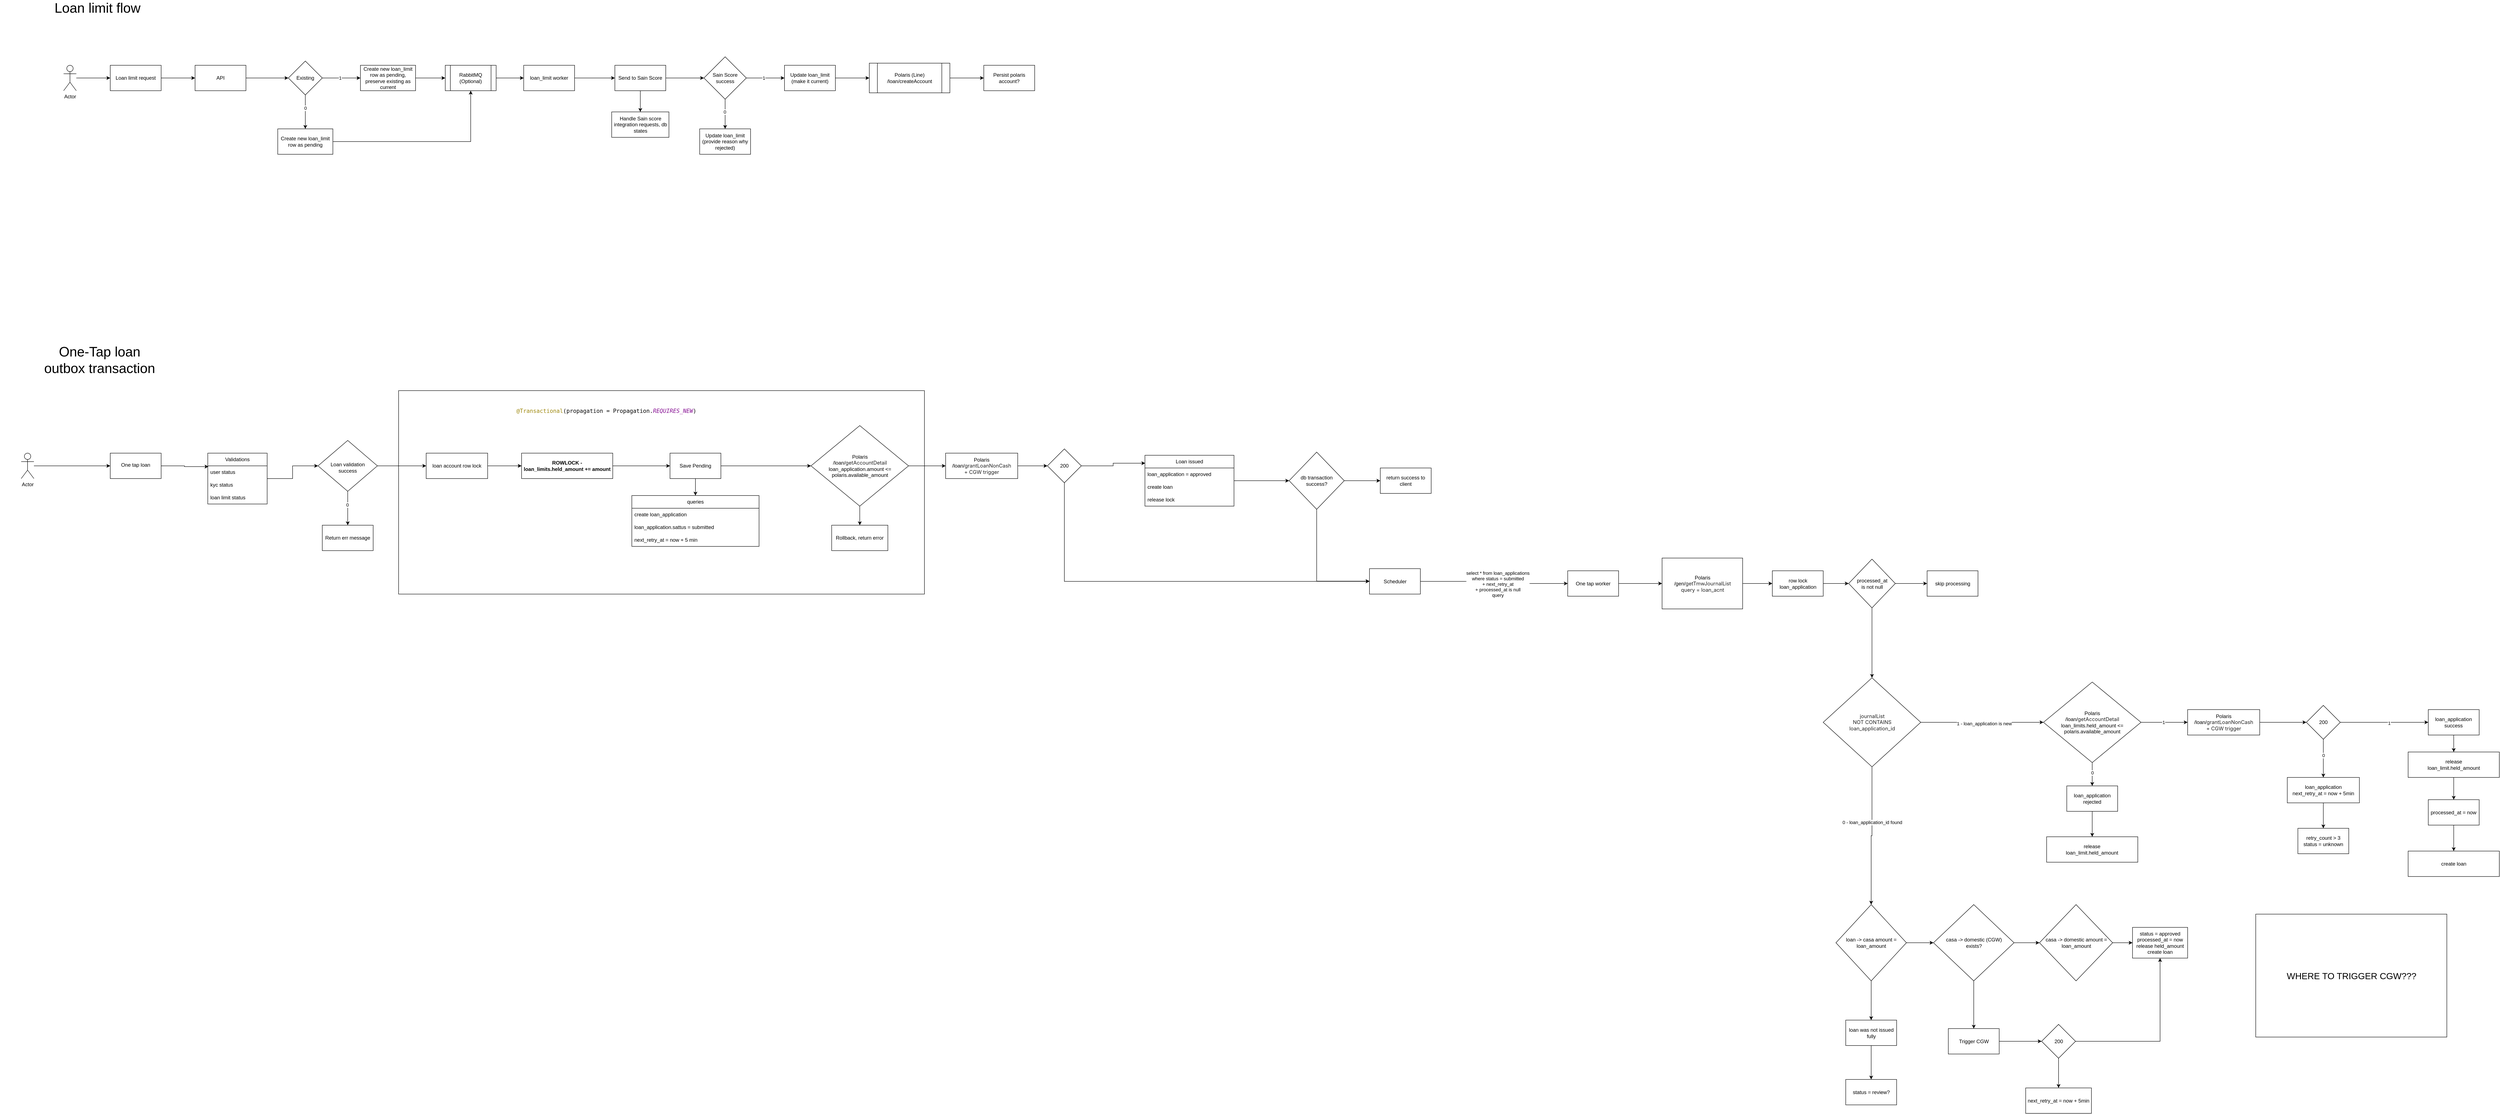
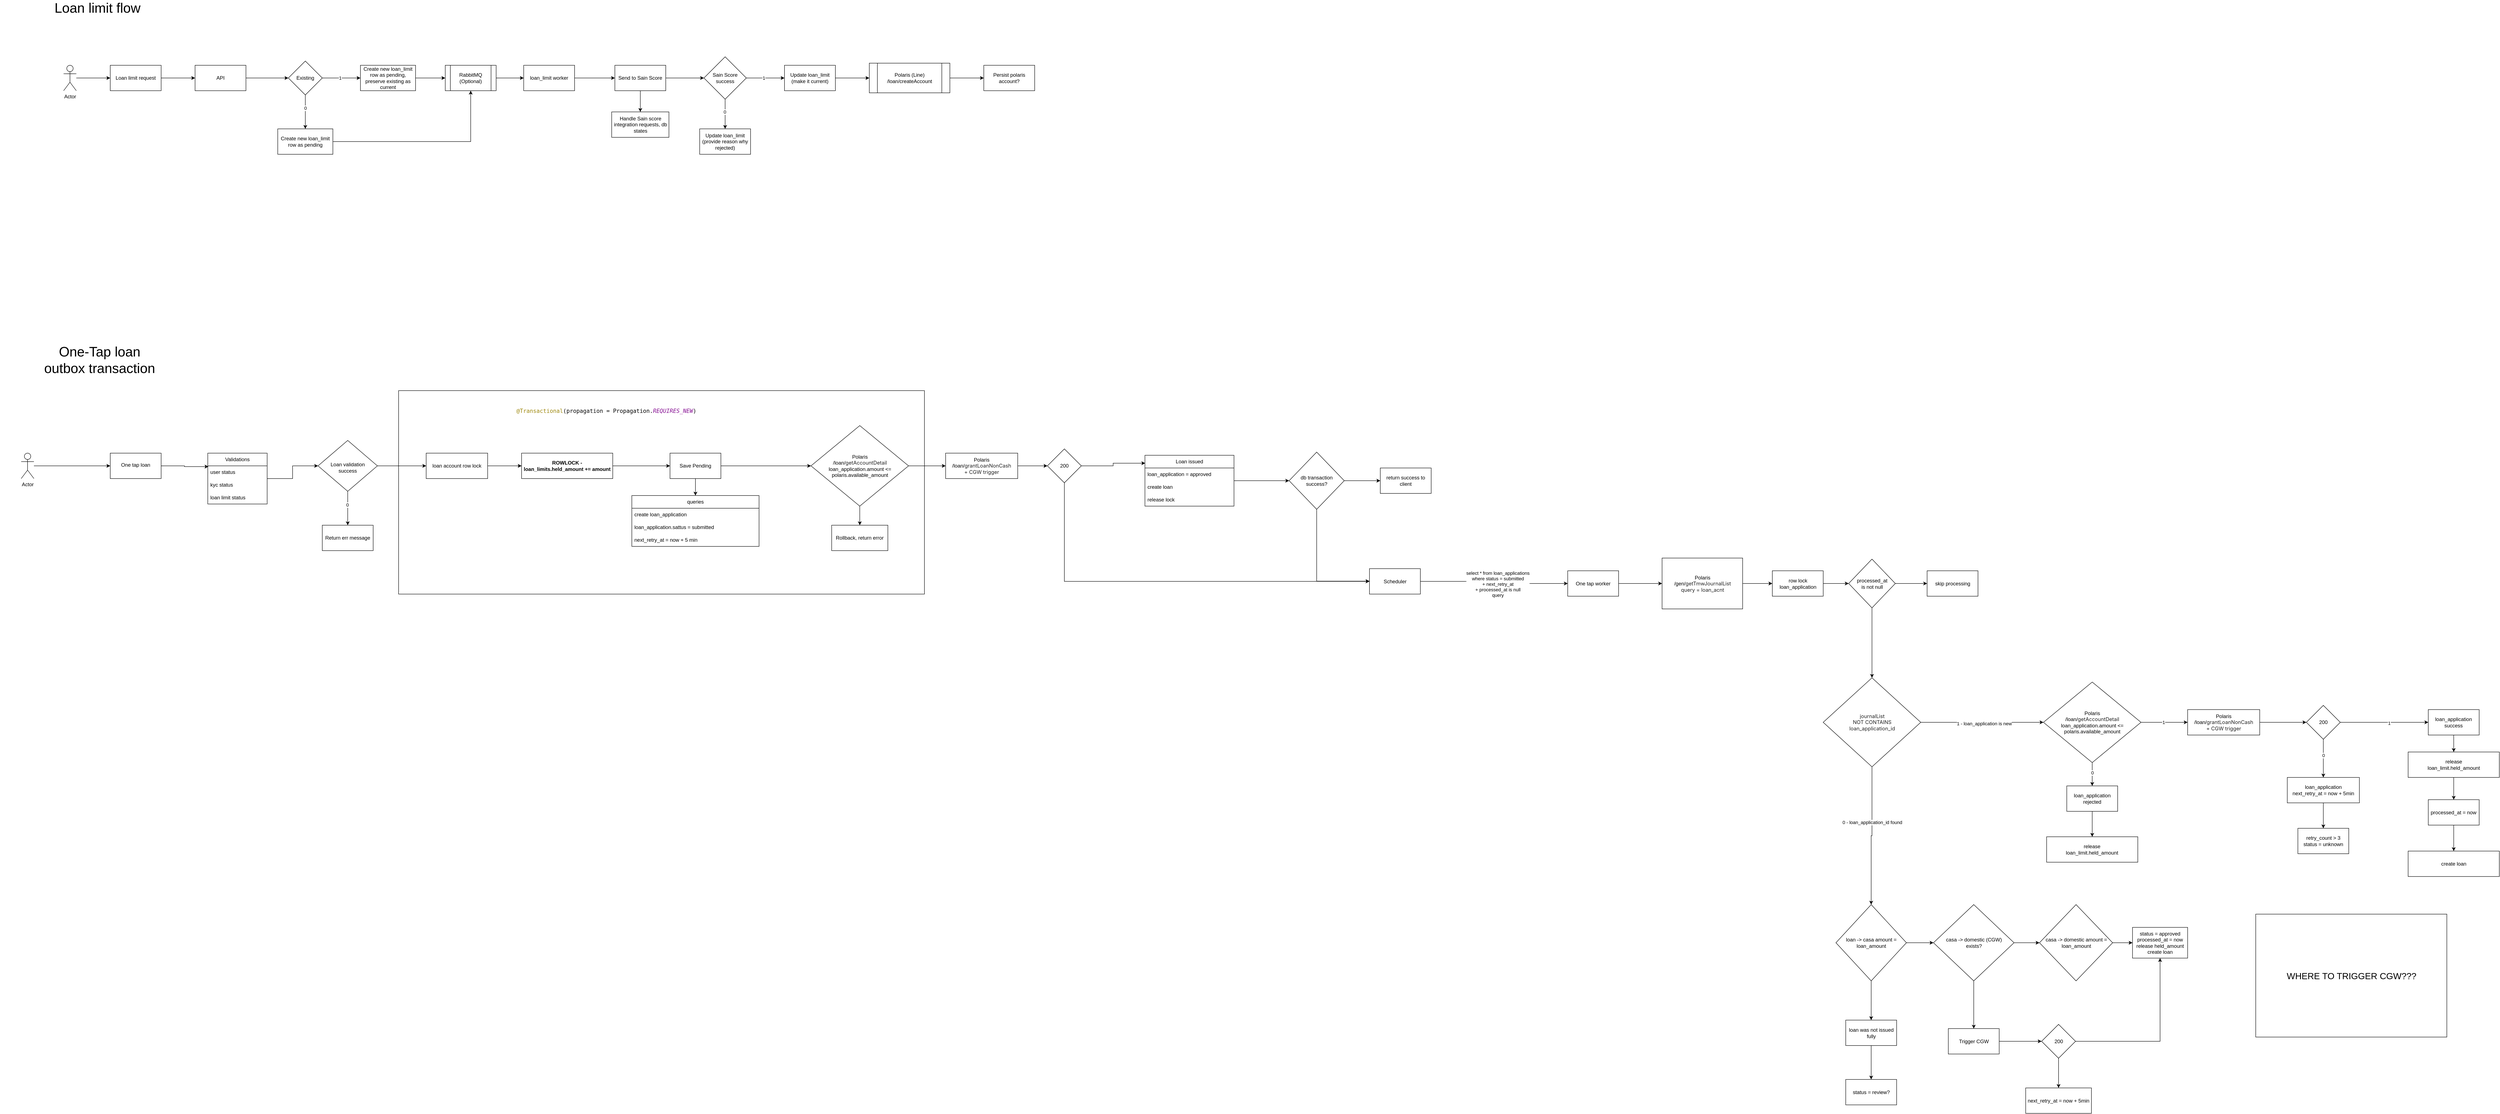
<mxfile host="app.diagrams.net">
  <diagram name="Page-1" id="VCBSuIh8bz7kurrQ0Zaz">
    <mxGraphModel dx="2425" dy="921" grid="1" gridSize="10" guides="1" tooltips="1" connect="1" arrows="1" fold="1" page="1" pageScale="1" pageWidth="850" pageHeight="1100" math="0" shadow="0">
      <root>
        <mxCell id="0" />
        <mxCell id="1" parent="0" />
        <mxCell id="In8fDh9ZLN2M87an2Miy-172" parent="1" style="rounded=0;whiteSpace=wrap;html=1;" value="" vertex="1">
          <mxGeometry height="480" width="1240" x="830" y="977.5" as="geometry" />
        </mxCell>
        <mxCell id="KqixbsF9o6dLofBvsG9t-5" edge="1" parent="1" source="KqixbsF9o6dLofBvsG9t-1" style="edgeStyle=orthogonalEdgeStyle;rounded=0;orthogonalLoop=1;jettySize=auto;html=1;" target="KqixbsF9o6dLofBvsG9t-4" value="">
          <mxGeometry relative="1" as="geometry" />
        </mxCell>
        <mxCell id="KqixbsF9o6dLofBvsG9t-1" parent="1" style="rounded=0;whiteSpace=wrap;html=1;" value="Loan limit request" vertex="1">
          <mxGeometry height="60" width="120" x="150" y="210" as="geometry" />
        </mxCell>
        <mxCell id="KqixbsF9o6dLofBvsG9t-3" edge="1" parent="1" source="KqixbsF9o6dLofBvsG9t-2" style="edgeStyle=orthogonalEdgeStyle;rounded=0;orthogonalLoop=1;jettySize=auto;html=1;" target="KqixbsF9o6dLofBvsG9t-1" value="">
          <mxGeometry relative="1" as="geometry" />
        </mxCell>
        <mxCell id="KqixbsF9o6dLofBvsG9t-2" parent="1" style="shape=umlActor;verticalLabelPosition=bottom;verticalAlign=top;html=1;outlineConnect=0;" value="Actor" vertex="1">
          <mxGeometry height="60" width="30" x="40" y="210" as="geometry" />
        </mxCell>
        <mxCell id="KqixbsF9o6dLofBvsG9t-9" edge="1" parent="1" source="KqixbsF9o6dLofBvsG9t-4" style="edgeStyle=orthogonalEdgeStyle;rounded=0;orthogonalLoop=1;jettySize=auto;html=1;" target="KqixbsF9o6dLofBvsG9t-8" value="">
          <mxGeometry relative="1" as="geometry" />
        </mxCell>
        <mxCell id="KqixbsF9o6dLofBvsG9t-4" parent="1" style="rounded=0;whiteSpace=wrap;html=1;" value="API" vertex="1">
          <mxGeometry height="60" width="120" x="350" y="210" as="geometry" />
        </mxCell>
        <mxCell id="KqixbsF9o6dLofBvsG9t-11" edge="1" parent="1" source="KqixbsF9o6dLofBvsG9t-8" style="edgeStyle=orthogonalEdgeStyle;rounded=0;orthogonalLoop=1;jettySize=auto;html=1;" target="KqixbsF9o6dLofBvsG9t-10" value="">
          <mxGeometry relative="1" as="geometry" />
        </mxCell>
        <mxCell id="KqixbsF9o6dLofBvsG9t-12" connectable="0" parent="KqixbsF9o6dLofBvsG9t-11" style="edgeLabel;html=1;align=center;verticalAlign=middle;resizable=0;points=[];" value="1" vertex="1">
          <mxGeometry relative="1" x="-0.079" as="geometry">
            <mxPoint as="offset" />
          </mxGeometry>
        </mxCell>
        <mxCell id="KqixbsF9o6dLofBvsG9t-14" edge="1" parent="1" source="KqixbsF9o6dLofBvsG9t-8" style="edgeStyle=orthogonalEdgeStyle;rounded=0;orthogonalLoop=1;jettySize=auto;html=1;" target="KqixbsF9o6dLofBvsG9t-13" value="">
          <mxGeometry relative="1" as="geometry" />
        </mxCell>
        <mxCell id="KqixbsF9o6dLofBvsG9t-15" connectable="0" parent="KqixbsF9o6dLofBvsG9t-14" style="edgeLabel;html=1;align=center;verticalAlign=middle;resizable=0;points=[];" value="0" vertex="1">
          <mxGeometry relative="1" x="-0.2407" as="geometry">
            <mxPoint as="offset" />
          </mxGeometry>
        </mxCell>
        <mxCell id="KqixbsF9o6dLofBvsG9t-8" parent="1" style="rhombus;whiteSpace=wrap;html=1;rounded=0;" value="Existing" vertex="1">
          <mxGeometry height="80" width="80" x="570" y="200" as="geometry" />
        </mxCell>
        <mxCell id="KqixbsF9o6dLofBvsG9t-23" edge="1" parent="1" source="KqixbsF9o6dLofBvsG9t-10" style="edgeStyle=orthogonalEdgeStyle;rounded=0;orthogonalLoop=1;jettySize=auto;html=1;" target="KqixbsF9o6dLofBvsG9t-22" value="">
          <mxGeometry relative="1" as="geometry" />
        </mxCell>
        <mxCell id="KqixbsF9o6dLofBvsG9t-10" parent="1" style="whiteSpace=wrap;html=1;rounded=0;" value="Create new loan_limit row as pending, preserve existing as current" vertex="1">
          <mxGeometry height="60" width="130" x="740" y="210" as="geometry" />
        </mxCell>
        <mxCell id="KqixbsF9o6dLofBvsG9t-26" edge="1" parent="1" source="KqixbsF9o6dLofBvsG9t-13" style="edgeStyle=orthogonalEdgeStyle;rounded=0;orthogonalLoop=1;jettySize=auto;html=1;entryX=0.5;entryY=1;entryDx=0;entryDy=0;" target="KqixbsF9o6dLofBvsG9t-22">
          <mxGeometry relative="1" as="geometry" />
        </mxCell>
        <mxCell id="KqixbsF9o6dLofBvsG9t-13" parent="1" style="whiteSpace=wrap;html=1;rounded=0;" value="Create new loan_limit row as pending" vertex="1">
          <mxGeometry height="60" width="130" x="545" y="360" as="geometry" />
        </mxCell>
        <mxCell id="KqixbsF9o6dLofBvsG9t-25" edge="1" parent="1" source="KqixbsF9o6dLofBvsG9t-22" style="edgeStyle=orthogonalEdgeStyle;rounded=0;orthogonalLoop=1;jettySize=auto;html=1;" target="KqixbsF9o6dLofBvsG9t-24" value="">
          <mxGeometry relative="1" as="geometry" />
        </mxCell>
        <mxCell id="KqixbsF9o6dLofBvsG9t-22" parent="1" style="shape=process;whiteSpace=wrap;html=1;backgroundOutline=1;rounded=0;" value="RabbitMQ (Optional)" vertex="1">
          <mxGeometry height="60" width="120" x="940" y="210" as="geometry" />
        </mxCell>
        <mxCell id="KqixbsF9o6dLofBvsG9t-28" edge="1" parent="1" source="KqixbsF9o6dLofBvsG9t-24" style="edgeStyle=orthogonalEdgeStyle;rounded=0;orthogonalLoop=1;jettySize=auto;html=1;" target="KqixbsF9o6dLofBvsG9t-27" value="">
          <mxGeometry relative="1" as="geometry" />
        </mxCell>
        <mxCell id="KqixbsF9o6dLofBvsG9t-24" parent="1" style="whiteSpace=wrap;html=1;rounded=0;" value="loan_limit worker" vertex="1">
          <mxGeometry height="60" width="120" x="1125" y="210" as="geometry" />
        </mxCell>
        <mxCell id="KqixbsF9o6dLofBvsG9t-30" edge="1" parent="1" source="KqixbsF9o6dLofBvsG9t-27" style="edgeStyle=orthogonalEdgeStyle;rounded=0;orthogonalLoop=1;jettySize=auto;html=1;" target="KqixbsF9o6dLofBvsG9t-29" value="">
          <mxGeometry relative="1" as="geometry" />
        </mxCell>
        <mxCell id="KqixbsF9o6dLofBvsG9t-38" edge="1" parent="1" source="KqixbsF9o6dLofBvsG9t-27" style="edgeStyle=orthogonalEdgeStyle;rounded=0;orthogonalLoop=1;jettySize=auto;html=1;" target="KqixbsF9o6dLofBvsG9t-37" value="">
          <mxGeometry relative="1" as="geometry" />
        </mxCell>
        <mxCell id="KqixbsF9o6dLofBvsG9t-27" parent="1" style="whiteSpace=wrap;html=1;rounded=0;" value="Send to Sain Score" vertex="1">
          <mxGeometry height="60" width="120" x="1340" y="210" as="geometry" />
        </mxCell>
        <mxCell id="KqixbsF9o6dLofBvsG9t-32" edge="1" parent="1" source="KqixbsF9o6dLofBvsG9t-29" style="edgeStyle=orthogonalEdgeStyle;rounded=0;orthogonalLoop=1;jettySize=auto;html=1;" target="KqixbsF9o6dLofBvsG9t-31" value="">
          <mxGeometry relative="1" as="geometry" />
        </mxCell>
        <mxCell id="KqixbsF9o6dLofBvsG9t-33" connectable="0" parent="KqixbsF9o6dLofBvsG9t-32" style="edgeLabel;html=1;align=center;verticalAlign=middle;resizable=0;points=[];" value="1" vertex="1">
          <mxGeometry relative="1" x="-0.1048" as="geometry">
            <mxPoint as="offset" />
          </mxGeometry>
        </mxCell>
        <mxCell id="KqixbsF9o6dLofBvsG9t-35" edge="1" parent="1" source="KqixbsF9o6dLofBvsG9t-29" style="edgeStyle=orthogonalEdgeStyle;rounded=0;orthogonalLoop=1;jettySize=auto;html=1;" target="KqixbsF9o6dLofBvsG9t-34" value="">
          <mxGeometry relative="1" as="geometry" />
        </mxCell>
        <mxCell id="KqixbsF9o6dLofBvsG9t-36" connectable="0" parent="KqixbsF9o6dLofBvsG9t-35" style="edgeLabel;html=1;align=center;verticalAlign=middle;resizable=0;points=[];" value="0" vertex="1">
          <mxGeometry relative="1" x="-0.1429" y="-1" as="geometry">
            <mxPoint as="offset" />
          </mxGeometry>
        </mxCell>
        <mxCell id="KqixbsF9o6dLofBvsG9t-29" parent="1" style="rhombus;whiteSpace=wrap;html=1;rounded=0;" value="Sain Score success" vertex="1">
          <mxGeometry height="100" width="100" x="1550" y="190" as="geometry" />
        </mxCell>
        <mxCell id="KqixbsF9o6dLofBvsG9t-66" edge="1" parent="1" source="KqixbsF9o6dLofBvsG9t-31" style="edgeStyle=orthogonalEdgeStyle;rounded=0;orthogonalLoop=1;jettySize=auto;html=1;" target="KqixbsF9o6dLofBvsG9t-65" value="">
          <mxGeometry relative="1" as="geometry" />
        </mxCell>
        <mxCell id="KqixbsF9o6dLofBvsG9t-31" parent="1" style="whiteSpace=wrap;html=1;rounded=0;" value="Update loan_limit (make it current)" vertex="1">
          <mxGeometry height="60" width="120" x="1740" y="210" as="geometry" />
        </mxCell>
        <mxCell id="KqixbsF9o6dLofBvsG9t-34" parent="1" style="whiteSpace=wrap;html=1;rounded=0;" value="Update loan_limit&lt;br&gt;(provide reason why rejected)" vertex="1">
          <mxGeometry height="60" width="120" x="1540" y="360" as="geometry" />
        </mxCell>
        <mxCell id="KqixbsF9o6dLofBvsG9t-37" parent="1" style="whiteSpace=wrap;html=1;rounded=0;" value="Handle Sain score integration requests, db states" vertex="1">
          <mxGeometry height="60" width="135" x="1332.5" y="320" as="geometry" />
        </mxCell>
        <mxCell id="KqixbsF9o6dLofBvsG9t-40" parent="1" style="text;html=1;whiteSpace=wrap;strokeColor=none;fillColor=none;align=center;verticalAlign=middle;rounded=0;fontSize=32;" value="Loan limit flow" vertex="1">
          <mxGeometry height="30" width="260" x="-10" y="60" as="geometry" />
        </mxCell>
        <mxCell id="KqixbsF9o6dLofBvsG9t-74" edge="1" parent="1" source="KqixbsF9o6dLofBvsG9t-65" style="edgeStyle=orthogonalEdgeStyle;rounded=0;orthogonalLoop=1;jettySize=auto;html=1;" target="KqixbsF9o6dLofBvsG9t-73" value="">
          <mxGeometry relative="1" as="geometry" />
        </mxCell>
        <mxCell id="KqixbsF9o6dLofBvsG9t-65" parent="1" style="shape=process;whiteSpace=wrap;html=1;backgroundOutline=1;rounded=0;" value="Polaris (Line)&lt;br&gt;/loan/createAccount" vertex="1">
          <mxGeometry height="70" width="190" x="1940" y="205" as="geometry" />
        </mxCell>
        <mxCell id="KqixbsF9o6dLofBvsG9t-73" parent="1" style="whiteSpace=wrap;html=1;rounded=0;" value="Persist polaris account?" vertex="1">
          <mxGeometry height="60" width="120" x="2210" y="210" as="geometry" />
        </mxCell>
        <mxCell id="U8Ajh8Gpa-m2DNKNFQys-1" parent="1" style="text;html=1;whiteSpace=wrap;strokeColor=none;fillColor=none;align=center;verticalAlign=middle;rounded=0;fontSize=32;" value="One-Tap loan&lt;br&gt;outbox transaction" vertex="1">
          <mxGeometry height="30" width="470" x="-110" y="890" as="geometry" />
        </mxCell>
        <mxCell id="In8fDh9ZLN2M87an2Miy-1" edge="1" parent="1" source="In8fDh9ZLN2M87an2Miy-2" style="edgeStyle=orthogonalEdgeStyle;rounded=0;orthogonalLoop=1;jettySize=auto;html=1;" target="In8fDh9ZLN2M87an2Miy-4" value="">
          <mxGeometry relative="1" as="geometry" />
        </mxCell>
        <mxCell id="In8fDh9ZLN2M87an2Miy-2" parent="1" style="shape=umlActor;verticalLabelPosition=bottom;verticalAlign=top;html=1;outlineConnect=0;" value="Actor" vertex="1">
          <mxGeometry height="60" width="30" x="-60" y="1125" as="geometry" />
        </mxCell>
        <mxCell id="In8fDh9ZLN2M87an2Miy-3" edge="1" parent="1" source="In8fDh9ZLN2M87an2Miy-4" style="edgeStyle=orthogonalEdgeStyle;rounded=0;orthogonalLoop=1;jettySize=auto;html=1;entryX=0.011;entryY=0.06;entryDx=0;entryDy=0;entryPerimeter=0;" target="In8fDh9ZLN2M87an2Miy-28" value="">
          <mxGeometry relative="1" as="geometry">
            <mxPoint x="360" y="1155" as="targetPoint" />
          </mxGeometry>
        </mxCell>
        <mxCell id="In8fDh9ZLN2M87an2Miy-4" parent="1" style="whiteSpace=wrap;html=1;verticalAlign=top;" value="&lt;div&gt;&lt;br&gt;&lt;/div&gt;&lt;div&gt;One tap loan&lt;/div&gt;" vertex="1">
          <mxGeometry height="60" width="120" x="150" y="1125" as="geometry" />
        </mxCell>
        <mxCell id="In8fDh9ZLN2M87an2Miy-7" edge="1" parent="1" source="In8fDh9ZLN2M87an2Miy-9" style="edgeStyle=orthogonalEdgeStyle;rounded=0;orthogonalLoop=1;jettySize=auto;html=1;" target="In8fDh9ZLN2M87an2Miy-13" value="">
          <mxGeometry relative="1" as="geometry" />
        </mxCell>
        <mxCell id="In8fDh9ZLN2M87an2Miy-8" connectable="0" parent="In8fDh9ZLN2M87an2Miy-7" style="edgeLabel;html=1;align=center;verticalAlign=middle;resizable=0;points=[];" value="0" vertex="1">
          <mxGeometry relative="1" x="-0.2091" y="-1" as="geometry">
            <mxPoint as="offset" />
          </mxGeometry>
        </mxCell>
        <mxCell id="In8fDh9ZLN2M87an2Miy-163" edge="1" parent="1" source="In8fDh9ZLN2M87an2Miy-9" style="edgeStyle=orthogonalEdgeStyle;rounded=0;orthogonalLoop=1;jettySize=auto;html=1;entryX=0;entryY=0.5;entryDx=0;entryDy=0;" target="In8fDh9ZLN2M87an2Miy-161">
          <mxGeometry relative="1" as="geometry" />
        </mxCell>
        <mxCell id="In8fDh9ZLN2M87an2Miy-9" parent="1" style="rhombus;whiteSpace=wrap;html=1;verticalAlign=top;" value="&lt;br&gt;&lt;br&gt;&lt;div&gt;&lt;br&gt;&lt;/div&gt;&lt;div&gt;Loan validation&lt;br&gt;success&lt;/div&gt;" vertex="1">
          <mxGeometry height="120" width="140" x="640" y="1095" as="geometry" />
        </mxCell>
        <mxCell id="In8fDh9ZLN2M87an2Miy-10" edge="1" parent="1" source="In8fDh9ZLN2M87an2Miy-12" style="edgeStyle=orthogonalEdgeStyle;rounded=0;orthogonalLoop=1;jettySize=auto;html=1;entryX=0.5;entryY=0;entryDx=0;entryDy=0;" target="In8fDh9ZLN2M87an2Miy-14">
          <mxGeometry relative="1" as="geometry" />
        </mxCell>
        <mxCell id="In8fDh9ZLN2M87an2Miy-54" edge="1" parent="1" source="In8fDh9ZLN2M87an2Miy-105" style="edgeStyle=orthogonalEdgeStyle;rounded=0;orthogonalLoop=1;jettySize=auto;html=1;exitX=1;exitY=0.5;exitDx=0;exitDy=0;" target="In8fDh9ZLN2M87an2Miy-53" value="">
          <mxGeometry relative="1" as="geometry">
            <mxPoint x="3329.5" y="1432.5" as="sourcePoint" />
          </mxGeometry>
        </mxCell>
        <mxCell id="In8fDh9ZLN2M87an2Miy-55" connectable="0" parent="In8fDh9ZLN2M87an2Miy-54" style="edgeLabel;html=1;align=center;verticalAlign=middle;resizable=0;points=[];" value="select * from loan_applications&lt;br&gt;where status = submitted&lt;br&gt;+ next_retry_at&lt;br&gt;+ processed_at is null&lt;br&gt;query" vertex="1">
          <mxGeometry relative="1" x="0.0637" y="-1" as="geometry">
            <mxPoint as="offset" />
          </mxGeometry>
        </mxCell>
        <mxCell id="In8fDh9ZLN2M87an2Miy-173" edge="1" parent="1" source="In8fDh9ZLN2M87an2Miy-12" style="edgeStyle=orthogonalEdgeStyle;rounded=0;orthogonalLoop=1;jettySize=auto;html=1;entryX=0;entryY=0.5;entryDx=0;entryDy=0;" target="In8fDh9ZLN2M87an2Miy-152">
          <mxGeometry relative="1" as="geometry" />
        </mxCell>
        <mxCell id="In8fDh9ZLN2M87an2Miy-12" parent="1" style="whiteSpace=wrap;html=1;verticalAlign=middle;" value="Save Pending" vertex="1">
          <mxGeometry height="60" width="120" x="1470" y="1125" as="geometry" />
        </mxCell>
        <mxCell id="In8fDh9ZLN2M87an2Miy-13" parent="1" style="whiteSpace=wrap;html=1;verticalAlign=middle;" value="Return err message" vertex="1">
          <mxGeometry height="60" width="120" x="650" y="1295" as="geometry" />
        </mxCell>
        <mxCell id="In8fDh9ZLN2M87an2Miy-14" parent="1" style="swimlane;fontStyle=0;childLayout=stackLayout;horizontal=1;startSize=30;horizontalStack=0;resizeParent=1;resizeParentMax=0;resizeLast=0;collapsible=1;marginBottom=0;whiteSpace=wrap;html=1;" value="queries" vertex="1">
          <mxGeometry height="120" width="300" x="1380" y="1225" as="geometry" />
        </mxCell>
        <mxCell id="In8fDh9ZLN2M87an2Miy-15" parent="In8fDh9ZLN2M87an2Miy-14" style="text;strokeColor=none;fillColor=none;align=left;verticalAlign=middle;spacingLeft=4;spacingRight=4;overflow=hidden;points=[[0,0.5],[1,0.5]];portConstraint=eastwest;rotatable=0;whiteSpace=wrap;html=1;" value="create loan_application" vertex="1">
          <mxGeometry height="30" width="300" y="30" as="geometry" />
        </mxCell>
        <mxCell id="In8fDh9ZLN2M87an2Miy-104" parent="In8fDh9ZLN2M87an2Miy-14" style="text;strokeColor=none;fillColor=none;align=left;verticalAlign=middle;spacingLeft=4;spacingRight=4;overflow=hidden;points=[[0,0.5],[1,0.5]];portConstraint=eastwest;rotatable=0;whiteSpace=wrap;html=1;" value="loan_application.sattus = submitted" vertex="1">
          <mxGeometry height="30" width="300" y="60" as="geometry" />
        </mxCell>
        <mxCell id="In8fDh9ZLN2M87an2Miy-17" parent="In8fDh9ZLN2M87an2Miy-14" style="text;strokeColor=none;fillColor=none;align=left;verticalAlign=middle;spacingLeft=4;spacingRight=4;overflow=hidden;points=[[0,0.5],[1,0.5]];portConstraint=eastwest;rotatable=0;whiteSpace=wrap;html=1;" value="next_retry_at = now + 5 min" vertex="1">
          <mxGeometry height="30" width="300" y="90" as="geometry" />
        </mxCell>
        <mxCell id="In8fDh9ZLN2M87an2Miy-32" edge="1" parent="1" source="In8fDh9ZLN2M87an2Miy-27" style="edgeStyle=orthogonalEdgeStyle;rounded=0;orthogonalLoop=1;jettySize=auto;html=1;entryX=0;entryY=0.5;entryDx=0;entryDy=0;" target="In8fDh9ZLN2M87an2Miy-9">
          <mxGeometry relative="1" as="geometry" />
        </mxCell>
        <mxCell id="In8fDh9ZLN2M87an2Miy-27" parent="1" style="swimlane;fontStyle=0;childLayout=stackLayout;horizontal=1;startSize=30;horizontalStack=0;resizeParent=1;resizeParentMax=0;resizeLast=0;collapsible=1;marginBottom=0;whiteSpace=wrap;html=1;" value="Validations" vertex="1">
          <mxGeometry height="120" width="140" x="380" y="1125" as="geometry" />
        </mxCell>
        <mxCell id="In8fDh9ZLN2M87an2Miy-28" parent="In8fDh9ZLN2M87an2Miy-27" style="text;strokeColor=none;fillColor=none;align=left;verticalAlign=middle;spacingLeft=4;spacingRight=4;overflow=hidden;points=[[0,0.5],[1,0.5]];portConstraint=eastwest;rotatable=0;whiteSpace=wrap;html=1;" value="user status" vertex="1">
          <mxGeometry height="30" width="140" y="30" as="geometry" />
        </mxCell>
        <mxCell id="In8fDh9ZLN2M87an2Miy-29" parent="In8fDh9ZLN2M87an2Miy-27" style="text;strokeColor=none;fillColor=none;align=left;verticalAlign=middle;spacingLeft=4;spacingRight=4;overflow=hidden;points=[[0,0.5],[1,0.5]];portConstraint=eastwest;rotatable=0;whiteSpace=wrap;html=1;" value="kyc status" vertex="1">
          <mxGeometry height="30" width="140" y="60" as="geometry" />
        </mxCell>
        <mxCell id="In8fDh9ZLN2M87an2Miy-33" parent="In8fDh9ZLN2M87an2Miy-27" style="text;strokeColor=none;fillColor=none;align=left;verticalAlign=middle;spacingLeft=4;spacingRight=4;overflow=hidden;points=[[0,0.5],[1,0.5]];portConstraint=eastwest;rotatable=0;whiteSpace=wrap;html=1;" value="loan limit status" vertex="1">
          <mxGeometry height="30" width="140" y="90" as="geometry" />
        </mxCell>
        <mxCell id="In8fDh9ZLN2M87an2Miy-116" edge="1" parent="1" source="In8fDh9ZLN2M87an2Miy-53" style="edgeStyle=orthogonalEdgeStyle;rounded=0;orthogonalLoop=1;jettySize=auto;html=1;entryX=0;entryY=0.5;entryDx=0;entryDy=0;" target="In8fDh9ZLN2M87an2Miy-68">
          <mxGeometry relative="1" as="geometry" />
        </mxCell>
        <mxCell id="In8fDh9ZLN2M87an2Miy-53" parent="1" style="whiteSpace=wrap;html=1;" value="One tap worker" vertex="1">
          <mxGeometry height="60" width="120" x="3587" y="1402.5" as="geometry" />
        </mxCell>
        <mxCell id="In8fDh9ZLN2M87an2Miy-67" edge="1" parent="1" source="In8fDh9ZLN2M87an2Miy-58" style="edgeStyle=orthogonalEdgeStyle;rounded=0;orthogonalLoop=1;jettySize=auto;html=1;entryX=0;entryY=0.5;entryDx=0;entryDy=0;" target="In8fDh9ZLN2M87an2Miy-66" value="">
          <mxGeometry relative="1" as="geometry">
            <mxPoint x="5343.87" y="1760" as="targetPoint" />
          </mxGeometry>
        </mxCell>
        <mxCell id="In8fDh9ZLN2M87an2Miy-58" parent="1" style="whiteSpace=wrap;html=1;" value="Polaris /loan/&lt;span style=&quot;color: rgb(33, 33, 33); font-family: Inter, system-ui, -apple-system, &amp;quot;system-ui&amp;quot;, &amp;quot;Segoe UI&amp;quot;, Roboto, Oxygen, Ubuntu, Cantarell, &amp;quot;Fira Sans&amp;quot;, &amp;quot;Droid Sans&amp;quot;, Helvetica, Arial, sans-serif; text-align: left; white-space: pre-wrap; background-color: rgb(255, 255, 255);&quot;&gt;grantLoanNonCash&lt;br/&gt;+ CGW trigger&lt;/span&gt;" vertex="1">
          <mxGeometry height="60" width="170" x="5048.87" y="1730" as="geometry" />
        </mxCell>
        <mxCell id="In8fDh9ZLN2M87an2Miy-62" edge="1" parent="1" source="In8fDh9ZLN2M87an2Miy-59" style="edgeStyle=orthogonalEdgeStyle;rounded=0;orthogonalLoop=1;jettySize=auto;html=1;" target="In8fDh9ZLN2M87an2Miy-61" value="">
          <mxGeometry relative="1" as="geometry" />
        </mxCell>
        <mxCell id="In8fDh9ZLN2M87an2Miy-91" connectable="0" parent="In8fDh9ZLN2M87an2Miy-62" style="edgeLabel;html=1;align=center;verticalAlign=middle;resizable=0;points=[];" value="0" vertex="1">
          <mxGeometry relative="1" x="-0.1431" as="geometry">
            <mxPoint as="offset" />
          </mxGeometry>
        </mxCell>
        <mxCell id="In8fDh9ZLN2M87an2Miy-65" edge="1" parent="1" source="In8fDh9ZLN2M87an2Miy-59" style="edgeStyle=orthogonalEdgeStyle;rounded=0;orthogonalLoop=1;jettySize=auto;html=1;" target="In8fDh9ZLN2M87an2Miy-58">
          <mxGeometry relative="1" as="geometry" />
        </mxCell>
        <mxCell id="In8fDh9ZLN2M87an2Miy-90" connectable="0" parent="In8fDh9ZLN2M87an2Miy-65" style="edgeLabel;html=1;align=center;verticalAlign=middle;resizable=0;points=[];" value="1" vertex="1">
          <mxGeometry relative="1" x="-0.0451" as="geometry">
            <mxPoint as="offset" />
          </mxGeometry>
        </mxCell>
-         <mxCell id="In8fDh9ZLN2M87an2Miy-59" parent="1" style="rhombus;whiteSpace=wrap;html=1;" value="Polaris&lt;br&gt;/loan/&lt;span style=&quot;color: rgb(33, 33, 33); font-family: Inter, system-ui, -apple-system, &amp;quot;system-ui&amp;quot;, &amp;quot;Segoe UI&amp;quot;, Roboto, Oxygen, Ubuntu, Cantarell, &amp;quot;Fira Sans&amp;quot;, &amp;quot;Droid Sans&amp;quot;, Helvetica, Arial, sans-serif; text-align: left; white-space: pre-wrap; background-color: rgb(255, 255, 255);&quot;&gt;getAccountDetail&lt;/span&gt;&lt;br&gt;loan_limits.held_amount &amp;lt;= polaris.available_amount" vertex="1">
+         <mxCell id="In8fDh9ZLN2M87an2Miy-59" parent="1" style="rhombus;whiteSpace=wrap;html=1;" value="Polaris&lt;br&gt;/loan/&lt;span style=&quot;color: rgb(33, 33, 33); font-family: Inter, system-ui, -apple-system, &amp;quot;system-ui&amp;quot;, &amp;quot;Segoe UI&amp;quot;, Roboto, Oxygen, Ubuntu, Cantarell, &amp;quot;Fira Sans&amp;quot;, &amp;quot;Droid Sans&amp;quot;, Helvetica, Arial, sans-serif; text-align: left; white-space: pre-wrap; background-color: rgb(255, 255, 255);&quot;&gt;getAccountDetail&lt;/span&gt;&lt;br&gt;loan_application.amount &amp;lt;= polaris.available_amount" vertex="1">
          <mxGeometry height="190" width="230" x="4708.87" y="1665" as="geometry" />
        </mxCell>
        <mxCell id="In8fDh9ZLN2M87an2Miy-64" edge="1" parent="1" source="In8fDh9ZLN2M87an2Miy-61" style="edgeStyle=orthogonalEdgeStyle;rounded=0;orthogonalLoop=1;jettySize=auto;html=1;" target="In8fDh9ZLN2M87an2Miy-63" value="">
          <mxGeometry relative="1" as="geometry" />
        </mxCell>
        <mxCell id="In8fDh9ZLN2M87an2Miy-61" parent="1" style="whiteSpace=wrap;html=1;" value="loan_application&lt;br&gt;rejected" vertex="1">
          <mxGeometry height="60" width="120" x="4763.87" y="1910" as="geometry" />
        </mxCell>
        <mxCell id="In8fDh9ZLN2M87an2Miy-63" parent="1" style="whiteSpace=wrap;html=1;" value="release &lt;br&gt;loan_limit.held_amount" vertex="1">
          <mxGeometry height="60" width="215" x="4716.37" y="2030" as="geometry" />
        </mxCell>
        <mxCell id="In8fDh9ZLN2M87an2Miy-81" edge="1" parent="1" source="In8fDh9ZLN2M87an2Miy-66" style="edgeStyle=orthogonalEdgeStyle;rounded=0;orthogonalLoop=1;jettySize=auto;html=1;entryX=0;entryY=0.5;entryDx=0;entryDy=0;" target="In8fDh9ZLN2M87an2Miy-79">
          <mxGeometry relative="1" as="geometry" />
        </mxCell>
        <mxCell id="In8fDh9ZLN2M87an2Miy-92" connectable="0" parent="In8fDh9ZLN2M87an2Miy-81" style="edgeLabel;html=1;align=center;verticalAlign=middle;resizable=0;points=[];" value="1" vertex="1">
          <mxGeometry relative="1" x="0.1055" y="-2" as="geometry">
            <mxPoint as="offset" />
          </mxGeometry>
        </mxCell>
        <mxCell id="In8fDh9ZLN2M87an2Miy-83" edge="1" parent="1" source="In8fDh9ZLN2M87an2Miy-66" style="edgeStyle=orthogonalEdgeStyle;rounded=0;orthogonalLoop=1;jettySize=auto;html=1;" target="In8fDh9ZLN2M87an2Miy-82" value="">
          <mxGeometry relative="1" as="geometry" />
        </mxCell>
        <mxCell id="In8fDh9ZLN2M87an2Miy-93" connectable="0" parent="In8fDh9ZLN2M87an2Miy-83" style="edgeLabel;html=1;align=center;verticalAlign=middle;resizable=0;points=[];" value="0" vertex="1">
          <mxGeometry relative="1" x="-0.1623" as="geometry">
            <mxPoint as="offset" />
          </mxGeometry>
        </mxCell>
        <mxCell id="In8fDh9ZLN2M87an2Miy-66" parent="1" style="rhombus;whiteSpace=wrap;html=1;" value="200" vertex="1">
          <mxGeometry height="80" width="80" x="5328.87" y="1720" as="geometry" />
        </mxCell>
        <mxCell id="In8fDh9ZLN2M87an2Miy-119" edge="1" parent="1" source="In8fDh9ZLN2M87an2Miy-68" style="edgeStyle=orthogonalEdgeStyle;rounded=0;orthogonalLoop=1;jettySize=auto;html=1;" target="In8fDh9ZLN2M87an2Miy-118" value="">
          <mxGeometry relative="1" as="geometry" />
        </mxCell>
        <mxCell id="In8fDh9ZLN2M87an2Miy-68" parent="1" style="whiteSpace=wrap;html=1;" value="Polaris&lt;br&gt;/gen/&lt;span style=&quot;white-space: pre-wrap; color: rgb(33, 33, 33); font-family: Inter, system-ui, -apple-system, &amp;quot;system-ui&amp;quot;, &amp;quot;Segoe UI&amp;quot;, Roboto, Oxygen, Ubuntu, Cantarell, &amp;quot;Fira Sans&amp;quot;, &amp;quot;Droid Sans&amp;quot;, Helvetica, Arial, sans-serif; text-align: left; background-color: rgb(255, 255, 255);&quot;&gt;getTmwJournalList&lt;br&gt;query = loan_acnt&lt;/span&gt;" vertex="1">
          <mxGeometry height="120" width="190" x="3809.5" y="1372.5" as="geometry" />
        </mxCell>
        <mxCell id="In8fDh9ZLN2M87an2Miy-71" edge="1" parent="1" source="In8fDh9ZLN2M87an2Miy-69" style="edgeStyle=orthogonalEdgeStyle;rounded=0;orthogonalLoop=1;jettySize=auto;html=1;entryX=0;entryY=0.5;entryDx=0;entryDy=0;" target="In8fDh9ZLN2M87an2Miy-59">
          <mxGeometry relative="1" as="geometry" />
        </mxCell>
        <mxCell id="In8fDh9ZLN2M87an2Miy-77" connectable="0" parent="In8fDh9ZLN2M87an2Miy-71" style="edgeLabel;html=1;align=center;verticalAlign=middle;resizable=0;points=[];" value="1 - loan_application is new" vertex="1">
          <mxGeometry relative="1" x="0.0312" y="-3" as="geometry">
            <mxPoint as="offset" />
          </mxGeometry>
        </mxCell>
        <mxCell id="In8fDh9ZLN2M87an2Miy-73" edge="1" parent="1" source="In8fDh9ZLN2M87an2Miy-69" style="edgeStyle=orthogonalEdgeStyle;rounded=0;orthogonalLoop=1;jettySize=auto;html=1;entryX=0.5;entryY=0;entryDx=0;entryDy=0;" target="In8fDh9ZLN2M87an2Miy-111" value="">
          <mxGeometry relative="1" as="geometry">
            <mxPoint x="4303.87" y="1960" as="targetPoint" />
          </mxGeometry>
        </mxCell>
        <mxCell id="In8fDh9ZLN2M87an2Miy-74" connectable="0" parent="In8fDh9ZLN2M87an2Miy-73" style="edgeLabel;html=1;align=center;verticalAlign=middle;resizable=0;points=[];" value="0 - loan_application_id found" vertex="1">
          <mxGeometry relative="1" x="-0.1975" as="geometry">
            <mxPoint as="offset" />
          </mxGeometry>
        </mxCell>
        <mxCell id="In8fDh9ZLN2M87an2Miy-69" parent="1" style="rhombus;whiteSpace=wrap;html=1;verticalAlign=middle;" value="&lt;div style=&quot;text-align: center;&quot;&gt;&lt;span style=&quot;background-color: light-dark(rgb(255, 255, 255), rgb(18, 18, 18)); color: light-dark(rgb(33, 33, 33), rgb(209, 209, 209)); font-family: Inter, system-ui, -apple-system, &amp;quot;system-ui&amp;quot;, &amp;quot;Segoe UI&amp;quot;, Roboto, Oxygen, Ubuntu, Cantarell, &amp;quot;Fira Sans&amp;quot;, &amp;quot;Droid Sans&amp;quot;, Helvetica, Arial, sans-serif; text-align: left; white-space: pre-wrap;&quot;&gt;journalList&lt;br&gt;NOT CONTAINS&lt;/span&gt;&lt;/div&gt;&lt;span style=&quot;white-space: pre-wrap; color: rgb(33, 33, 33); font-family: Inter, system-ui, -apple-system, &amp;quot;system-ui&amp;quot;, &amp;quot;Segoe UI&amp;quot;, Roboto, Oxygen, Ubuntu, Cantarell, &amp;quot;Fira Sans&amp;quot;, &amp;quot;Droid Sans&amp;quot;, Helvetica, Arial, sans-serif; text-align: left; background-color: rgb(255, 255, 255);&quot;&gt;loan_application_id&lt;/span&gt;" vertex="1">
          <mxGeometry height="210" width="230" x="4189.5" y="1655" as="geometry" />
        </mxCell>
        <mxCell id="In8fDh9ZLN2M87an2Miy-78" edge="1" parent="1" source="In8fDh9ZLN2M87an2Miy-79" style="edgeStyle=orthogonalEdgeStyle;rounded=0;orthogonalLoop=1;jettySize=auto;html=1;" target="In8fDh9ZLN2M87an2Miy-80" value="">
          <mxGeometry relative="1" as="geometry" />
        </mxCell>
        <mxCell id="In8fDh9ZLN2M87an2Miy-79" parent="1" style="whiteSpace=wrap;html=1;" value="loan_application&lt;br&gt;success" vertex="1">
          <mxGeometry height="60" width="120" x="5616.37" y="1730" as="geometry" />
        </mxCell>
        <mxCell id="In8fDh9ZLN2M87an2Miy-132" edge="1" parent="1" source="In8fDh9ZLN2M87an2Miy-80" style="edgeStyle=orthogonalEdgeStyle;rounded=0;orthogonalLoop=1;jettySize=auto;html=1;" target="In8fDh9ZLN2M87an2Miy-131" value="">
          <mxGeometry relative="1" as="geometry" />
        </mxCell>
        <mxCell id="In8fDh9ZLN2M87an2Miy-80" parent="1" style="whiteSpace=wrap;html=1;" value="release &lt;br&gt;loan_limit.held_amount" vertex="1">
          <mxGeometry height="60" width="215" x="5568.87" y="1830" as="geometry" />
        </mxCell>
        <mxCell id="In8fDh9ZLN2M87an2Miy-95" edge="1" parent="1" source="In8fDh9ZLN2M87an2Miy-82" style="edgeStyle=orthogonalEdgeStyle;rounded=0;orthogonalLoop=1;jettySize=auto;html=1;" target="In8fDh9ZLN2M87an2Miy-94" value="">
          <mxGeometry relative="1" as="geometry" />
        </mxCell>
        <mxCell id="In8fDh9ZLN2M87an2Miy-82" parent="1" style="whiteSpace=wrap;html=1;" value="loan_application&lt;br&gt;next_retry_at = now + 5min" vertex="1">
          <mxGeometry height="60" width="170" x="5283.87" y="1890" as="geometry" />
        </mxCell>
        <mxCell id="In8fDh9ZLN2M87an2Miy-88" parent="1" style="whiteSpace=wrap;html=1;" value="create loan" vertex="1">
          <mxGeometry height="60" width="215" x="5568.87" y="2063.75" as="geometry" />
        </mxCell>
        <mxCell id="In8fDh9ZLN2M87an2Miy-94" parent="1" style="whiteSpace=wrap;html=1;" value="retry_count &amp;gt; 3&lt;br&gt;status = unknown" vertex="1">
          <mxGeometry height="60" width="120" x="5308.87" y="2010" as="geometry" />
        </mxCell>
        <mxCell id="In8fDh9ZLN2M87an2Miy-105" parent="1" style="rounded=0;whiteSpace=wrap;html=1;" value="Scheduler" vertex="1">
          <mxGeometry height="60" width="120" x="3119.5" y="1397.5" as="geometry" />
        </mxCell>
        <mxCell id="In8fDh9ZLN2M87an2Miy-127" edge="1" parent="1" source="In8fDh9ZLN2M87an2Miy-111" style="edgeStyle=orthogonalEdgeStyle;rounded=0;orthogonalLoop=1;jettySize=auto;html=1;" target="In8fDh9ZLN2M87an2Miy-126" value="">
          <mxGeometry relative="1" as="geometry" />
        </mxCell>
        <mxCell id="In8fDh9ZLN2M87an2Miy-135" edge="1" parent="1" source="In8fDh9ZLN2M87an2Miy-111" style="edgeStyle=orthogonalEdgeStyle;rounded=0;orthogonalLoop=1;jettySize=auto;html=1;entryX=0;entryY=0.5;entryDx=0;entryDy=0;" target="In8fDh9ZLN2M87an2Miy-134">
          <mxGeometry relative="1" as="geometry" />
        </mxCell>
        <mxCell id="In8fDh9ZLN2M87an2Miy-111" parent="1" style="rhombus;whiteSpace=wrap;html=1;" value="loan -&amp;gt; casa amount = loan_amount" vertex="1">
          <mxGeometry height="180" width="166.25" x="4219.5" y="2190" as="geometry" />
        </mxCell>
        <mxCell id="In8fDh9ZLN2M87an2Miy-113" parent="1" style="whiteSpace=wrap;html=1;" value="status = approved&lt;br&gt;processed_at = now&lt;br&gt;release held_amount&lt;br&gt;create loan" vertex="1">
          <mxGeometry height="72.5" width="130" x="4918.87" y="2243.75" as="geometry" />
        </mxCell>
        <mxCell id="In8fDh9ZLN2M87an2Miy-122" edge="1" parent="1" source="In8fDh9ZLN2M87an2Miy-118" style="edgeStyle=orthogonalEdgeStyle;rounded=0;orthogonalLoop=1;jettySize=auto;html=1;" target="In8fDh9ZLN2M87an2Miy-121" value="">
          <mxGeometry relative="1" as="geometry" />
        </mxCell>
        <mxCell id="In8fDh9ZLN2M87an2Miy-118" parent="1" style="whiteSpace=wrap;html=1;" value="row lock&lt;br&gt;loan_application" vertex="1">
          <mxGeometry height="60" width="120" x="4069.5" y="1402.5" as="geometry" />
        </mxCell>
        <mxCell id="In8fDh9ZLN2M87an2Miy-124" edge="1" parent="1" source="In8fDh9ZLN2M87an2Miy-121" style="edgeStyle=orthogonalEdgeStyle;rounded=0;orthogonalLoop=1;jettySize=auto;html=1;" target="In8fDh9ZLN2M87an2Miy-123" value="">
          <mxGeometry relative="1" as="geometry" />
        </mxCell>
        <mxCell id="In8fDh9ZLN2M87an2Miy-125" edge="1" parent="1" source="In8fDh9ZLN2M87an2Miy-121" style="edgeStyle=orthogonalEdgeStyle;rounded=0;orthogonalLoop=1;jettySize=auto;html=1;entryX=0.5;entryY=0;entryDx=0;entryDy=0;" target="In8fDh9ZLN2M87an2Miy-69">
          <mxGeometry relative="1" as="geometry" />
        </mxCell>
        <mxCell id="In8fDh9ZLN2M87an2Miy-121" parent="1" style="rhombus;whiteSpace=wrap;html=1;" value="processed_at &lt;br&gt;is not null" vertex="1">
          <mxGeometry height="115" width="110" x="4249.5" y="1375" as="geometry" />
        </mxCell>
        <mxCell id="In8fDh9ZLN2M87an2Miy-123" parent="1" style="whiteSpace=wrap;html=1;" value="skip processing" vertex="1">
          <mxGeometry height="60" width="120" x="4434.5" y="1402.5" as="geometry" />
        </mxCell>
        <mxCell id="In8fDh9ZLN2M87an2Miy-129" edge="1" parent="1" source="In8fDh9ZLN2M87an2Miy-126" style="edgeStyle=orthogonalEdgeStyle;rounded=0;orthogonalLoop=1;jettySize=auto;html=1;" target="In8fDh9ZLN2M87an2Miy-128" value="">
          <mxGeometry relative="1" as="geometry" />
        </mxCell>
        <mxCell id="In8fDh9ZLN2M87an2Miy-126" parent="1" style="whiteSpace=wrap;html=1;" value="loan was not issued fully" vertex="1">
          <mxGeometry height="60" width="120" x="4242.625" y="2462.5" as="geometry" />
        </mxCell>
        <mxCell id="In8fDh9ZLN2M87an2Miy-128" parent="1" style="whiteSpace=wrap;html=1;" value="status = review?" vertex="1">
          <mxGeometry height="60" width="120" x="4242.625" y="2602.5" as="geometry" />
        </mxCell>
        <mxCell id="In8fDh9ZLN2M87an2Miy-130" parent="1" style="rounded=0;whiteSpace=wrap;html=1;fontSize=21;" value="WHERE TO TRIGGER CGW???" vertex="1">
          <mxGeometry height="290" width="450.63" x="5209.5" y="2212.5" as="geometry" />
        </mxCell>
        <mxCell id="In8fDh9ZLN2M87an2Miy-133" edge="1" parent="1" source="In8fDh9ZLN2M87an2Miy-131" style="edgeStyle=orthogonalEdgeStyle;rounded=0;orthogonalLoop=1;jettySize=auto;html=1;" target="In8fDh9ZLN2M87an2Miy-88" value="">
          <mxGeometry relative="1" as="geometry" />
        </mxCell>
        <mxCell id="In8fDh9ZLN2M87an2Miy-131" parent="1" style="whiteSpace=wrap;html=1;" value="processed_at = now" vertex="1">
          <mxGeometry height="60" width="120" x="5616.37" y="1942.5" as="geometry" />
        </mxCell>
        <mxCell id="In8fDh9ZLN2M87an2Miy-141" edge="1" parent="1" source="In8fDh9ZLN2M87an2Miy-134" style="edgeStyle=orthogonalEdgeStyle;rounded=0;orthogonalLoop=1;jettySize=auto;html=1;entryX=0;entryY=0.5;entryDx=0;entryDy=0;" target="In8fDh9ZLN2M87an2Miy-139">
          <mxGeometry relative="1" as="geometry" />
        </mxCell>
        <mxCell id="In8fDh9ZLN2M87an2Miy-145" edge="1" parent="1" source="In8fDh9ZLN2M87an2Miy-134" style="edgeStyle=orthogonalEdgeStyle;rounded=0;orthogonalLoop=1;jettySize=auto;html=1;" target="In8fDh9ZLN2M87an2Miy-144" value="">
          <mxGeometry relative="1" as="geometry" />
        </mxCell>
        <mxCell id="In8fDh9ZLN2M87an2Miy-134" parent="1" style="rhombus;whiteSpace=wrap;html=1;" value="casa -&amp;gt; domestic (CGW)&lt;br&gt;exists?" vertex="1">
          <mxGeometry height="180" width="190" x="4449.5" y="2190" as="geometry" />
        </mxCell>
        <mxCell id="In8fDh9ZLN2M87an2Miy-142" edge="1" parent="1" source="In8fDh9ZLN2M87an2Miy-139" style="edgeStyle=orthogonalEdgeStyle;rounded=0;orthogonalLoop=1;jettySize=auto;html=1;entryX=0;entryY=0.5;entryDx=0;entryDy=0;" target="In8fDh9ZLN2M87an2Miy-113">
          <mxGeometry relative="1" as="geometry" />
        </mxCell>
        <mxCell id="In8fDh9ZLN2M87an2Miy-139" parent="1" style="rhombus;whiteSpace=wrap;html=1;" value="casa -&amp;gt; domestic amount = loan_amount" vertex="1">
          <mxGeometry height="180" width="172.5" x="4699.5" y="2190" as="geometry" />
        </mxCell>
        <mxCell id="In8fDh9ZLN2M87an2Miy-147" edge="1" parent="1" source="In8fDh9ZLN2M87an2Miy-144" style="edgeStyle=orthogonalEdgeStyle;rounded=0;orthogonalLoop=1;jettySize=auto;html=1;" target="In8fDh9ZLN2M87an2Miy-146" value="">
          <mxGeometry relative="1" as="geometry" />
        </mxCell>
        <mxCell id="In8fDh9ZLN2M87an2Miy-144" parent="1" style="whiteSpace=wrap;html=1;" value="Trigger CGW" vertex="1">
          <mxGeometry height="60" width="120" x="4484.5" y="2482.5" as="geometry" />
        </mxCell>
        <mxCell id="In8fDh9ZLN2M87an2Miy-148" edge="1" parent="1" source="In8fDh9ZLN2M87an2Miy-146" style="edgeStyle=orthogonalEdgeStyle;rounded=0;orthogonalLoop=1;jettySize=auto;html=1;entryX=0.5;entryY=1;entryDx=0;entryDy=0;" target="In8fDh9ZLN2M87an2Miy-113">
          <mxGeometry relative="1" as="geometry" />
        </mxCell>
        <mxCell id="In8fDh9ZLN2M87an2Miy-150" edge="1" parent="1" source="In8fDh9ZLN2M87an2Miy-146" style="edgeStyle=orthogonalEdgeStyle;rounded=0;orthogonalLoop=1;jettySize=auto;html=1;" target="In8fDh9ZLN2M87an2Miy-149" value="">
          <mxGeometry relative="1" as="geometry" />
        </mxCell>
        <mxCell id="In8fDh9ZLN2M87an2Miy-146" parent="1" style="rhombus;whiteSpace=wrap;html=1;" value="200" vertex="1">
          <mxGeometry height="80" width="80" x="4704.5" y="2472.5" as="geometry" />
        </mxCell>
        <mxCell id="In8fDh9ZLN2M87an2Miy-149" parent="1" style="whiteSpace=wrap;html=1;" value="next_retry_at = now + 5min" vertex="1">
          <mxGeometry height="60" width="155" x="4667" y="2622.5" as="geometry" />
        </mxCell>
        <mxCell id="In8fDh9ZLN2M87an2Miy-154" edge="1" parent="1" source="In8fDh9ZLN2M87an2Miy-152" style="edgeStyle=orthogonalEdgeStyle;rounded=0;orthogonalLoop=1;jettySize=auto;html=1;entryX=0;entryY=0.5;entryDx=0;entryDy=0;" target="In8fDh9ZLN2M87an2Miy-153">
          <mxGeometry relative="1" as="geometry" />
        </mxCell>
        <mxCell id="In8fDh9ZLN2M87an2Miy-176" edge="1" parent="1" source="In8fDh9ZLN2M87an2Miy-152" style="edgeStyle=orthogonalEdgeStyle;rounded=0;orthogonalLoop=1;jettySize=auto;html=1;" target="In8fDh9ZLN2M87an2Miy-175" value="">
          <mxGeometry relative="1" as="geometry" />
        </mxCell>
        <mxCell id="In8fDh9ZLN2M87an2Miy-152" parent="1" style="rhombus;whiteSpace=wrap;html=1;" value="Polaris&lt;br&gt;/loan/&lt;span style=&quot;color: rgb(33, 33, 33); font-family: Inter, system-ui, -apple-system, &amp;quot;system-ui&amp;quot;, &amp;quot;Segoe UI&amp;quot;, Roboto, Oxygen, Ubuntu, Cantarell, &amp;quot;Fira Sans&amp;quot;, &amp;quot;Droid Sans&amp;quot;, Helvetica, Arial, sans-serif; text-align: left; white-space: pre-wrap; background-color: rgb(255, 255, 255);&quot;&gt;getAccountDetail&lt;/span&gt;&lt;br&gt;loan_application.amount &amp;lt;= polaris.available_amount" vertex="1">
          <mxGeometry height="190" width="230" x="1802.5" y="1060" as="geometry" />
        </mxCell>
        <mxCell id="In8fDh9ZLN2M87an2Miy-158" edge="1" parent="1" source="In8fDh9ZLN2M87an2Miy-153" style="edgeStyle=orthogonalEdgeStyle;rounded=0;orthogonalLoop=1;jettySize=auto;html=1;entryX=0;entryY=0.5;entryDx=0;entryDy=0;" target="In8fDh9ZLN2M87an2Miy-157">
          <mxGeometry relative="1" as="geometry" />
        </mxCell>
        <mxCell id="In8fDh9ZLN2M87an2Miy-153" parent="1" style="whiteSpace=wrap;html=1;" value="Polaris /loan/&lt;span style=&quot;color: rgb(33, 33, 33); font-family: Inter, system-ui, -apple-system, &amp;quot;system-ui&amp;quot;, &amp;quot;Segoe UI&amp;quot;, Roboto, Oxygen, Ubuntu, Cantarell, &amp;quot;Fira Sans&amp;quot;, &amp;quot;Droid Sans&amp;quot;, Helvetica, Arial, sans-serif; text-align: left; white-space: pre-wrap; background-color: rgb(255, 255, 255);&quot;&gt;grantLoanNonCash&lt;br/&gt;+ CGW trigger&lt;/span&gt;" vertex="1">
          <mxGeometry height="60" width="170" x="2120" y="1125" as="geometry" />
        </mxCell>
        <mxCell id="In8fDh9ZLN2M87an2Miy-177" edge="1" parent="1" source="In8fDh9ZLN2M87an2Miy-157" style="edgeStyle=orthogonalEdgeStyle;rounded=0;orthogonalLoop=1;jettySize=auto;html=1;entryX=0;entryY=0.5;entryDx=0;entryDy=0;" target="In8fDh9ZLN2M87an2Miy-105">
          <mxGeometry relative="1" as="geometry">
            <Array as="points">
              <mxPoint x="2400" y="1427" />
            </Array>
            <mxPoint x="2809.5" y="1427.5" as="targetPoint" />
          </mxGeometry>
        </mxCell>
        <mxCell id="In8fDh9ZLN2M87an2Miy-157" parent="1" style="rhombus;whiteSpace=wrap;html=1;" value="200" vertex="1">
          <mxGeometry height="80" width="80" x="2360" y="1115" as="geometry" />
        </mxCell>
        <mxCell id="In8fDh9ZLN2M87an2Miy-164" edge="1" parent="1" source="In8fDh9ZLN2M87an2Miy-161" style="edgeStyle=orthogonalEdgeStyle;rounded=0;orthogonalLoop=1;jettySize=auto;html=1;" target="In8fDh9ZLN2M87an2Miy-162" value="">
          <mxGeometry relative="1" as="geometry" />
        </mxCell>
        <mxCell id="In8fDh9ZLN2M87an2Miy-161" parent="1" style="rounded=0;whiteSpace=wrap;html=1;" value="loan account row lock" vertex="1">
          <mxGeometry height="60" width="145" x="895" y="1125" as="geometry" />
        </mxCell>
        <mxCell id="In8fDh9ZLN2M87an2Miy-165" edge="1" parent="1" source="In8fDh9ZLN2M87an2Miy-162" style="edgeStyle=orthogonalEdgeStyle;rounded=0;orthogonalLoop=1;jettySize=auto;html=1;" target="In8fDh9ZLN2M87an2Miy-12">
          <mxGeometry relative="1" as="geometry" />
        </mxCell>
        <mxCell id="In8fDh9ZLN2M87an2Miy-162" parent="1" style="rounded=0;whiteSpace=wrap;html=1;" value="&lt;span style=&quot;font-weight: 700; text-align: left;&quot;&gt;ROWLOCK - loan_limits.held_amount += amount&lt;/span&gt;" vertex="1">
          <mxGeometry height="60" width="215" x="1120" y="1125" as="geometry" />
        </mxCell>
        <mxCell id="In8fDh9ZLN2M87an2Miy-184" edge="1" parent="1" source="In8fDh9ZLN2M87an2Miy-166" style="edgeStyle=orthogonalEdgeStyle;rounded=0;orthogonalLoop=1;jettySize=auto;html=1;" target="In8fDh9ZLN2M87an2Miy-183" value="">
          <mxGeometry relative="1" as="geometry" />
        </mxCell>
        <mxCell id="In8fDh9ZLN2M87an2Miy-166" parent="1" style="swimlane;fontStyle=0;childLayout=stackLayout;horizontal=1;startSize=30;horizontalStack=0;resizeParent=1;resizeParentMax=0;resizeLast=0;collapsible=1;marginBottom=0;whiteSpace=wrap;html=1;" value="Loan issued" vertex="1">
          <mxGeometry height="120" width="210" x="2590" y="1130" as="geometry" />
        </mxCell>
        <mxCell id="In8fDh9ZLN2M87an2Miy-167" parent="In8fDh9ZLN2M87an2Miy-166" style="text;strokeColor=none;fillColor=none;align=left;verticalAlign=middle;spacingLeft=4;spacingRight=4;overflow=hidden;points=[[0,0.5],[1,0.5]];portConstraint=eastwest;rotatable=0;whiteSpace=wrap;html=1;" value="loan_application = approved" vertex="1">
          <mxGeometry height="30" width="210" y="30" as="geometry" />
        </mxCell>
        <mxCell id="In8fDh9ZLN2M87an2Miy-168" parent="In8fDh9ZLN2M87an2Miy-166" style="text;strokeColor=none;fillColor=none;align=left;verticalAlign=middle;spacingLeft=4;spacingRight=4;overflow=hidden;points=[[0,0.5],[1,0.5]];portConstraint=eastwest;rotatable=0;whiteSpace=wrap;html=1;" value="create loan" vertex="1">
          <mxGeometry height="30" width="210" y="60" as="geometry" />
        </mxCell>
        <mxCell id="In8fDh9ZLN2M87an2Miy-169" parent="In8fDh9ZLN2M87an2Miy-166" style="text;strokeColor=none;fillColor=none;align=left;verticalAlign=middle;spacingLeft=4;spacingRight=4;overflow=hidden;points=[[0,0.5],[1,0.5]];portConstraint=eastwest;rotatable=0;whiteSpace=wrap;html=1;" value="release lock" vertex="1">
          <mxGeometry height="30" width="210" y="90" as="geometry" />
        </mxCell>
        <mxCell id="In8fDh9ZLN2M87an2Miy-170" edge="1" parent="1" source="In8fDh9ZLN2M87an2Miy-157" style="edgeStyle=orthogonalEdgeStyle;rounded=0;orthogonalLoop=1;jettySize=auto;html=1;entryX=0.003;entryY=0.156;entryDx=0;entryDy=0;entryPerimeter=0;" target="In8fDh9ZLN2M87an2Miy-166">
          <mxGeometry relative="1" as="geometry" />
        </mxCell>
        <mxCell id="In8fDh9ZLN2M87an2Miy-174" parent="1" style="text;html=1;whiteSpace=wrap;strokeColor=none;fillColor=none;align=center;verticalAlign=middle;rounded=0;" value="&lt;div style=&quot;background-color:#ffffff;color:#080808&quot;&gt;&lt;pre style=&quot;font-family:&#39;JetBrains Mono&#39;,monospace;font-size:9.8pt;&quot;&gt;&lt;span style=&quot;color:#9e880d;&quot;&gt;@Transactional&lt;/span&gt;(propagation = &lt;span style=&quot;color:#000000;&quot;&gt;Propagation&lt;/span&gt;.&lt;span style=&quot;color:#871094;font-style:italic;&quot;&gt;REQUIRES_NEW&lt;/span&gt;)&lt;/pre&gt;&lt;/div&gt;" vertex="1">
          <mxGeometry height="30" width="240" x="1200" y="1010" as="geometry" />
        </mxCell>
        <mxCell id="In8fDh9ZLN2M87an2Miy-175" parent="1" style="whiteSpace=wrap;html=1;" value="Rollback, return error" vertex="1">
          <mxGeometry height="60" width="132.5" x="1851.25" y="1295" as="geometry" />
        </mxCell>
        <mxCell id="In8fDh9ZLN2M87an2Miy-186" edge="1" parent="1" source="In8fDh9ZLN2M87an2Miy-183" style="edgeStyle=orthogonalEdgeStyle;rounded=0;orthogonalLoop=1;jettySize=auto;html=1;" target="In8fDh9ZLN2M87an2Miy-185" value="">
          <mxGeometry relative="1" as="geometry" />
        </mxCell>
        <mxCell id="In8fDh9ZLN2M87an2Miy-187" edge="1" parent="1" source="In8fDh9ZLN2M87an2Miy-183" style="edgeStyle=orthogonalEdgeStyle;rounded=0;orthogonalLoop=1;jettySize=auto;html=1;" target="In8fDh9ZLN2M87an2Miy-105">
          <mxGeometry relative="1" as="geometry">
            <Array as="points">
              <mxPoint x="2995" y="1427" />
            </Array>
          </mxGeometry>
        </mxCell>
        <mxCell id="In8fDh9ZLN2M87an2Miy-183" parent="1" style="rhombus;whiteSpace=wrap;html=1;fontStyle=0;startSize=30;horizontal=1;" value="db transaction success?" vertex="1">
          <mxGeometry height="135" width="130" x="2930" y="1122.5" as="geometry" />
        </mxCell>
        <mxCell id="In8fDh9ZLN2M87an2Miy-185" parent="1" style="whiteSpace=wrap;html=1;fontStyle=0;startSize=30;horizontal=1;" value="return success to client" vertex="1">
          <mxGeometry height="60" width="120" x="3145" y="1160" as="geometry" />
        </mxCell>
      </root>
    </mxGraphModel>
  </diagram>
</mxfile>
